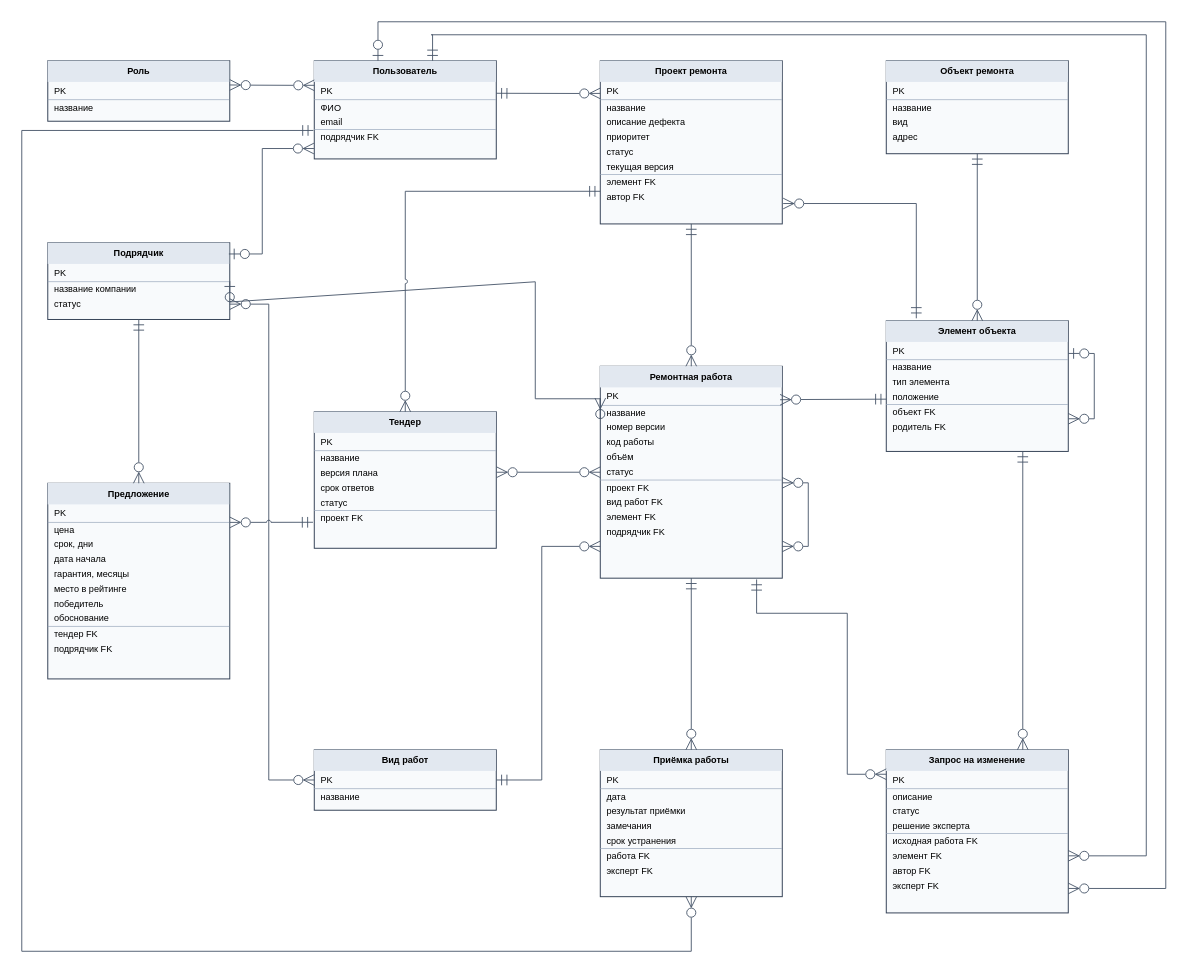
Dmitry-Kuzmin456/is_coursework keeps this draw.io diagram as docs/er/remkomstroy.drawio. Above is the earlier version. Source tidied: cells renumbered, new cells numbered last; positions are measured from the earlier drawing's top-left corner, leaving out a move shared by most shapes. Both pictures are drawn from the tidied source at 65%, with x=0, y=0 at pixel (21, 21).
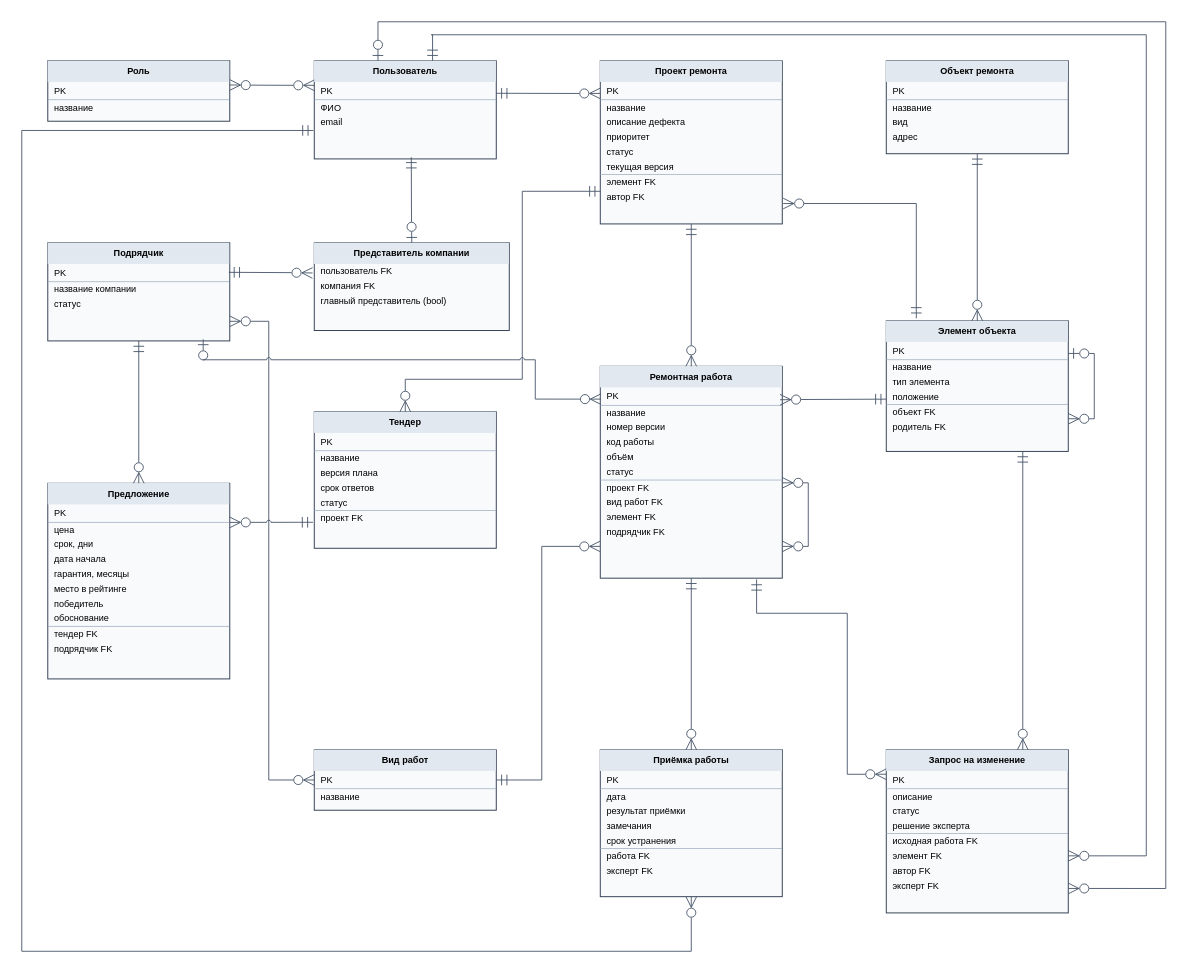
The same diagram, later.

The change refers to these unchanged cells:
```xml
<mxCell id="7" value="&lt;table style=&quot;border-collapse:collapse;width:100%;font-family:Arial;font-size:14px&quot;&gt;&lt;tr&gt;&lt;td style=&quot;background-color:#e2e8f0;text-align:center;padding:8px&quot;&gt;&lt;b&gt;Проект ремонта&lt;/b&gt;&lt;/td&gt;&lt;/tr&gt;&lt;tr&gt;&lt;td style=&quot;padding:5px 10px;border-bottom:1px solid #94a3b8&quot;&gt;PK&lt;/td&gt;&lt;/tr&gt;&lt;tr&gt;&lt;td style=&quot;padding:3px 10px&quot;&gt;название&lt;/td&gt;&lt;/tr&gt;&lt;tr&gt;&lt;td style=&quot;padding:3px 10px&quot;&gt;описание дефекта&lt;/td&gt;&lt;/tr&gt;&lt;tr&gt;&lt;td style=&quot;padding:3px 10px&quot;&gt;приоритет&lt;/td&gt;&lt;/tr&gt;&lt;tr&gt;&lt;td style=&quot;padding:3px 10px&quot;&gt;статус&lt;/td&gt;&lt;/tr&gt;&lt;tr&gt;&lt;td style=&quot;padding:3px 10px&quot;&gt;текущая версия&lt;/td&gt;&lt;/tr&gt;&lt;tr&gt;&lt;td style=&quot;height:1px;padding:0;background-color:#94a3b8&quot;&gt;&lt;/td&gt;&lt;/tr&gt;&lt;tr&gt;&lt;td style=&quot;padding:3px 10px&quot;&gt;элемент FK&lt;/td&gt;&lt;/tr&gt;&lt;tr&gt;&lt;td style=&quot;padding:3px 10px&quot;&gt;автор FK&lt;/td&gt;&lt;/tr&gt;&lt;/table&gt;" style="rounded=0;whiteSpace=wrap;html=1;fillColor=#f8fafc;strokeColor=#334155;strokeWidth=1.5;align=left;verticalAlign=top;spacing=0;overflow=fill;fontFamily=Arial;fontSize=14;" parent="1" vertex="1">
  <mxGeometry x="890" y="60" width="280" height="251" as="geometry" />
</mxCell>
<mxCell id="8" value="&lt;table style=&quot;border-collapse:collapse;width:100%;font-family:Arial;font-size:14px&quot;&gt;&lt;tr&gt;&lt;td style=&quot;background-color:#e2e8f0;text-align:center;padding:8px&quot;&gt;&lt;b&gt;Вид работ&lt;/b&gt;&lt;/td&gt;&lt;/tr&gt;&lt;tr&gt;&lt;td style=&quot;padding:5px 10px;border-bottom:1px solid #94a3b8&quot;&gt;PK&lt;/td&gt;&lt;/tr&gt;&lt;tr&gt;&lt;td style=&quot;padding:3px 10px&quot;&gt;название&lt;/td&gt;&lt;/tr&gt;&lt;/table&gt;" style="rounded=0;whiteSpace=wrap;html=1;fillColor=#f8fafc;strokeColor=#334155;strokeWidth=1.5;align=left;verticalAlign=top;spacing=0;overflow=fill;fontFamily=Arial;fontSize=14;" parent="1" vertex="1">
  <mxGeometry x="450" y="1120" width="280" height="93" as="geometry" />
</mxCell>
<mxCell id="9" value="&lt;table style=&quot;border-collapse:collapse;width:100%;font-family:Arial;font-size:14px&quot;&gt;&lt;tr&gt;&lt;td style=&quot;background-color:#e2e8f0;text-align:center;padding:8px&quot;&gt;&lt;b&gt;Ремонтная работа&lt;/b&gt;&lt;/td&gt;&lt;/tr&gt;&lt;tr&gt;&lt;td style=&quot;padding:5px 10px;border-bottom:1px solid #94a3b8&quot;&gt;PK&lt;/td&gt;&lt;/tr&gt;&lt;tr&gt;&lt;td style=&quot;padding:3px 10px&quot;&gt;название&lt;/td&gt;&lt;/tr&gt;&lt;tr&gt;&lt;td style=&quot;padding:3px 10px&quot;&gt;номер версии&lt;/td&gt;&lt;/tr&gt;&lt;tr&gt;&lt;td style=&quot;padding:3px 10px&quot;&gt;код работы&lt;/td&gt;&lt;/tr&gt;&lt;tr&gt;&lt;td style=&quot;padding:3px 10px&quot;&gt;объём&lt;/td&gt;&lt;/tr&gt;&lt;tr&gt;&lt;td style=&quot;padding:3px 10px&quot;&gt;статус&lt;/td&gt;&lt;/tr&gt;&lt;tr&gt;&lt;td style=&quot;height:1px;padding:0;background-color:#94a3b8&quot;&gt;&lt;/td&gt;&lt;/tr&gt;&lt;tr&gt;&lt;td style=&quot;padding:3px 10px&quot;&gt;проект FK&lt;/td&gt;&lt;/tr&gt;&lt;tr&gt;&lt;td style=&quot;padding:3px 10px&quot;&gt;вид работ FK&lt;/td&gt;&lt;/tr&gt;&lt;tr&gt;&lt;td style=&quot;padding:3px 10px&quot;&gt;элемент FK&lt;/td&gt;&lt;/tr&gt;&lt;tr&gt;&lt;td style=&quot;padding:3px 10px&quot;&gt;подрядчик FK&lt;/td&gt;&lt;/tr&gt;&lt;/table&gt;" style="rounded=0;whiteSpace=wrap;html=1;fillColor=#f8fafc;strokeColor=#334155;strokeWidth=1.5;align=left;verticalAlign=top;spacing=0;overflow=fill;fontFamily=Arial;fontSize=14;" parent="1" vertex="1">
  <mxGeometry x="890" y="530" width="280" height="326" as="geometry" />
</mxCell>
<mxCell id="10" value="&lt;table style=&quot;border-collapse:collapse;width:100%;font-family:Arial;font-size:14px&quot;&gt;&lt;tr&gt;&lt;td style=&quot;background-color:#e2e8f0;text-align:center;padding:8px&quot;&gt;&lt;b&gt;Тендер&lt;/b&gt;&lt;/td&gt;&lt;/tr&gt;&lt;tr&gt;&lt;td style=&quot;padding:5px 10px;border-bottom:1px solid #94a3b8&quot;&gt;PK&lt;/td&gt;&lt;/tr&gt;&lt;tr&gt;&lt;td style=&quot;padding:3px 10px&quot;&gt;название&lt;/td&gt;&lt;/tr&gt;&lt;tr&gt;&lt;td style=&quot;padding:3px 10px&quot;&gt;версия плана&lt;/td&gt;&lt;/tr&gt;&lt;tr&gt;&lt;td style=&quot;padding:3px 10px&quot;&gt;срок ответов&lt;/td&gt;&lt;/tr&gt;&lt;tr&gt;&lt;td style=&quot;padding:3px 10px&quot;&gt;статус&lt;/td&gt;&lt;/tr&gt;&lt;tr&gt;&lt;td style=&quot;height:1px;padding:0;background-color:#94a3b8&quot;&gt;&lt;/td&gt;&lt;/tr&gt;&lt;tr&gt;&lt;td style=&quot;padding:3px 10px&quot;&gt;проект FK&lt;/td&gt;&lt;/tr&gt;&lt;/table&gt;" style="rounded=0;whiteSpace=wrap;html=1;fillColor=#f8fafc;strokeColor=#334155;strokeWidth=1.5;align=left;verticalAlign=top;spacing=0;overflow=fill;fontFamily=Arial;fontSize=14;" parent="1" vertex="1">
  <mxGeometry x="450" y="600" width="280" height="210" as="geometry" />
</mxCell>
```

What changed in the source:
```diff
@@
-    <mxCell id="3" value="&lt;table style=&quot;border-collapse:collapse;width:100%;font-family:Arial;font-size:14px&quot;&gt;&lt;tr&gt;&lt;td style=&quot;background-color:#e2e8f0;text-align:center;padding:8px&quot;&gt;&lt;b&gt;Пользователь&lt;/b&gt;&lt;/td&gt;&lt;/tr&gt;&lt;tr&gt;&lt;td style=&quot;padding:5px 10px;border-bottom:1px solid #94a3b8&quot;&gt;PK&lt;/td&gt;&lt;/tr&gt;&lt;tr&gt;&lt;td style=&quot;padding:3px 10px&quot;&gt;ФИО&lt;/td&gt;&lt;/tr&gt;&lt;tr&gt;&lt;td style=&quot;padding:3px 10px&quot;&gt;email&lt;/td&gt;&lt;/tr&gt;&lt;tr&gt;&lt;td style=&quot;height:1px;padding:0;background-color:#94a3b8&quot;&gt;&lt;/td&gt;&lt;/tr&gt;&lt;tr&gt;&lt;td style=&quot;padding:3px 10px&quot;&gt;подрядчик FK&lt;/td&gt;&lt;/tr&gt;&lt;/table&gt;" style="rounded=0;whiteSpace=wrap;html=1;fillColor=#f8fafc;strokeColor=#334155;strokeWidth=1.5;align=left;verticalAlign=top;spacing=0;overflow=fill;fontFamily=Arial;fontSize=14;" parent="1" vertex="1">
+    <mxCell id="3" value="&lt;table style=&quot;border-collapse:collapse;width:100%;font-family:Arial;font-size:14px&quot;&gt;&lt;tr&gt;&lt;td style=&quot;background-color:#e2e8f0;text-align:center;padding:8px&quot;&gt;&lt;b&gt;Пользователь&lt;/b&gt;&lt;/td&gt;&lt;/tr&gt;&lt;tr&gt;&lt;td style=&quot;padding:5px 10px;border-bottom:1px solid #94a3b8&quot;&gt;PK&lt;/td&gt;&lt;/tr&gt;&lt;tr&gt;&lt;td style=&quot;padding:3px 10px&quot;&gt;ФИО&lt;/td&gt;&lt;/tr&gt;&lt;tr&gt;&lt;td style=&quot;padding:3px 10px&quot;&gt;email&lt;/td&gt;&lt;/tr&gt;&lt;/table&gt;" style="rounded=0;whiteSpace=wrap;html=1;fillColor=#f8fafc;strokeColor=#334155;strokeWidth=1.5;align=left;verticalAlign=top;spacing=0;overflow=fill;fontFamily=Arial;fontSize=14;" parent="1" vertex="1">
       <mxGeometry x="450" y="60" width="280" height="151" as="geometry" />
     </mxCell>
     <mxCell id="4" value="&lt;table style=&quot;border-collapse:collapse;width:100%;font-family:Arial;font-size:14px&quot;&gt;&lt;tr&gt;&lt;td style=&quot;background-color:#e2e8f0;text-align:center;padding:8px&quot;&gt;&lt;b&gt;Подрядчик&lt;/b&gt;&lt;/td&gt;&lt;/tr&gt;&lt;tr&gt;&lt;td style=&quot;padding:5px 10px;border-bottom:1px solid #94a3b8&quot;&gt;PK&lt;/td&gt;&lt;/tr&gt;&lt;tr&gt;&lt;td style=&quot;padding:3px 10px&quot;&gt;название компании&lt;/td&gt;&lt;/tr&gt;&lt;tr&gt;&lt;td style=&quot;padding:3px 10px&quot;&gt;статус&lt;/td&gt;&lt;/tr&gt;&lt;/table&gt;" style="rounded=0;whiteSpace=wrap;html=1;fillColor=#f8fafc;strokeColor=#334155;strokeWidth=1.5;align=left;verticalAlign=top;spacing=0;overflow=fill;fontFamily=Arial;fontSize=14;" parent="1" vertex="1">
-      <mxGeometry x="40" y="340" width="280" height="118" as="geometry" />
+      <mxGeometry x="40" y="340" width="280" height="151" as="geometry" />
     </mxCell>
@@
-    <mxCell id="15" style="edgeStyle=orthogonalEdgeStyle;rounded=0;jettySize=30;html=1;strokeColor=#475569;strokeWidth=1.4;startArrow=ERzeroToOne;startFill=0;startSize=14;endArrow=ERzeroToMany;endFill=0;endSize=14;fontFamily=Arial;fontSize=12;fontColor=#334155;labelBackgroundColor=#ffffff;exitX=0.995;exitY=0.146;exitDx=0;exitDy=0;entryX=-0.002;entryY=0.894;entryDx=0;entryDy=0;exitPerimeter=0;entryPerimeter=0;jumpStyle=arc;" parent="1" edge="1" source="4" target="3">
-      <mxGeometry relative="1" as="geometry">
-        <Array as="points">
-          <mxPoint x="370" y="357" />
-          <mxPoint x="370" y="195" />
-        </Array>
-      </mxGeometry>
-    </mxCell>
     <mxCell id="16" style="edgeStyle=orthogonalEdgeStyle;rounded=0;jettySize=30;html=1;strokeColor=#475569;strokeWidth=1.4;startArrow=ERzeroToMany;startFill=0;startSize=14;endArrow=ERzeroToMany;endFill=0;endSize=14;fontFamily=Arial;fontSize=12;fontColor=#334155;labelBackgroundColor=#ffffff;exitX=1;exitY=0.8;exitDx=0;exitDy=0;entryX=0;entryY=0.5;entryDx=0;entryDy=0;jumpStyle=arc;" parent="1" edge="1" source="4" target="8">
-      <mxGeometry relative="1" as="geometry">
+      <mxGeometry x="-0.06" relative="1" as="geometry">
         <Array as="points">
-          <mxPoint x="380" y="434" />
-          <mxPoint x="380" y="1166" />
+          <mxPoint x="380" y="460.8" />
+          <mxPoint x="380" y="1166.5" />
         </Array>
       </mxGeometry>
     </mxCell>
@@
-    <mxCell id="24" style="edgeStyle=orthogonalEdgeStyle;rounded=0;jettySize=30;html=1;strokeColor=#475569;strokeWidth=1.4;startArrow=ERzeroToOne;startFill=0;startSize=14;endArrow=ERzeroToMany;endFill=0;endSize=14;fontFamily=Arial;fontSize=12;fontColor=#334155;labelBackgroundColor=#ffffff;exitX=1;exitY=0.5;exitDx=0;exitDy=0;entryX=0;entryY=0.15;entryDx=0;entryDy=0;jumpStyle=arc;" parent="1" edge="1" source="4" target="9">
-      <mxGeometry relative="1" as="geometry">
-        <Array as="points">
-          <mxPoint x="790" y="400" />
-          <mxPoint x="790" y="580" />
-          <mxPoint x="890" y="580" />
-        </Array>
-      </mxGeometry>
-    </mxCell>
@@
     <mxCell id="26" style="edgeStyle=orthogonalEdgeStyle;rounded=0;jettySize=30;html=1;strokeColor=#475569;strokeWidth=1.4;startArrow=ERmandOne;startFill=0;startSize=14;endArrow=ERzeroToMany;endFill=0;endSize=14;fontFamily=Arial;fontSize=12;fontColor=#334155;labelBackgroundColor=#ffffff;exitX=0;exitY=0.8;exitDx=0;exitDy=0;entryX=0.5;entryY=0;entryDx=0;entryDy=0;jumpStyle=arc;" parent="1" edge="1" source="7" target="10">
       <mxGeometry relative="1" as="geometry">
         <Array as="points">
-          <mxPoint x="590" y="261" />
+          <mxPoint x="770" y="260.8" />
+          <mxPoint x="770" y="550" />
+          <mxPoint x="590" y="550" />
         </Array>
       </mxGeometry>
     </mxCell>
-    <mxCell id="27" style="edgeStyle=orthogonalEdgeStyle;rounded=0;jettySize=30;html=1;strokeColor=#475569;strokeWidth=1.4;startArrow=ERzeroToMany;startFill=0;startSize=14;endArrow=ERzeroToMany;endFill=0;endSize=14;fontFamily=Arial;fontSize=12;fontColor=#334155;labelBackgroundColor=#ffffff;exitX=1.002;exitY=0.443;exitDx=0;exitDy=0;entryX=0;entryY=0.5;entryDx=0;entryDy=0;exitPerimeter=0;jumpStyle=arc;" parent="1" edge="1" source="10" target="9">
-      <mxGeometry relative="1" as="geometry" />
-    </mxCell>
@@
+    <mxCell id="24" style="edgeStyle=orthogonalEdgeStyle;rounded=0;jettySize=30;html=1;strokeColor=#475569;strokeWidth=1.4;startArrow=ERzeroToOne;startFill=0;startSize=14;endArrow=ERzeroToMany;endFill=0;endSize=14;fontFamily=Arial;fontSize=12;fontColor=#334155;labelBackgroundColor=#ffffff;entryX=0.004;entryY=0.155;entryDx=0;entryDy=0;jumpStyle=arc;exitX=0.854;exitY=0.984;exitDx=0;exitDy=0;entryPerimeter=0;exitPerimeter=0;" parent="1" edge="1" source="4" target="9">
+      <mxGeometry x="0.42" relative="1" as="geometry">
+        <Array as="points">
+          <mxPoint x="279.1" y="520" />
+          <mxPoint x="790" y="520" />
+          <mxPoint x="790" y="580.5" />
+        </Array>
+      </mxGeometry>
+    </mxCell>
+    <mxCell id="36" value="&lt;table style=&quot;border-collapse:collapse;width:100%;font-family:Arial;font-size:14px&quot;&gt;&lt;tr&gt;&lt;td style=&quot;background-color:#e2e8f0;text-align:center;padding:8px&quot;&gt;&lt;b&gt;Представитель компании&lt;/b&gt;&lt;/td&gt;&lt;/tr&gt;&lt;tr&gt;&lt;td style=&quot;padding:3px 10px&quot;&gt;пользователь FK&lt;/td&gt;&lt;/tr&gt;&lt;tr&gt;&lt;td style=&quot;padding:3px 10px&quot;&gt;компания FK&lt;/td&gt;&lt;/tr&gt;&lt;tr&gt;&lt;td style=&quot;padding:3px 10px&quot;&gt;главный представитель (bool)&lt;/td&gt;&lt;/tr&gt;&lt;/table&gt;" style="rounded=0;whiteSpace=wrap;html=1;fillColor=#f8fafc;strokeColor=#334155;strokeWidth=1.5;align=left;verticalAlign=top;spacing=0;overflow=fill;fontFamily=Arial;fontSize=14;" parent="1" vertex="1">
+      <mxGeometry x="450" y="340" width="300" height="135" as="geometry" />
+    </mxCell>
+    <mxCell id="15" style="edgeStyle=orthogonalEdgeStyle;rounded=0;jettySize=30;html=1;strokeColor=#475569;strokeWidth=1.4;startArrow=ERmandOne;startFill=0;startSize=14;endArrow=ERzeroToMany;endFill=0;endSize=14;exitX=0.995;exitY=0.301;exitDx=0;exitDy=0;entryX=-0.009;entryY=0.344;entryDx=0;entryDy=0;jumpStyle=arc;exitPerimeter=0;entryPerimeter=0;" parent="1" edge="1" source="4" target="36">
+      <mxGeometry relative="1" as="geometry" />
+    </mxCell>
+    <mxCell id="37" style="edgeStyle=orthogonalEdgeStyle;rounded=0;jettySize=30;html=1;strokeColor=#475569;strokeWidth=1.4;startArrow=ERmandOne;startFill=0;startSize=14;endArrow=ERzeroToOne;endFill=0;endSize=14;exitX=0.533;exitY=0.983;exitDx=0;exitDy=0;entryX=0.5;entryY=0;entryDx=0;entryDy=0;jumpStyle=arc;exitPerimeter=0;" parent="1" edge="1" source="3" target="36">
+      <mxGeometry relative="1" as="geometry" />
+    </mxCell>
```
